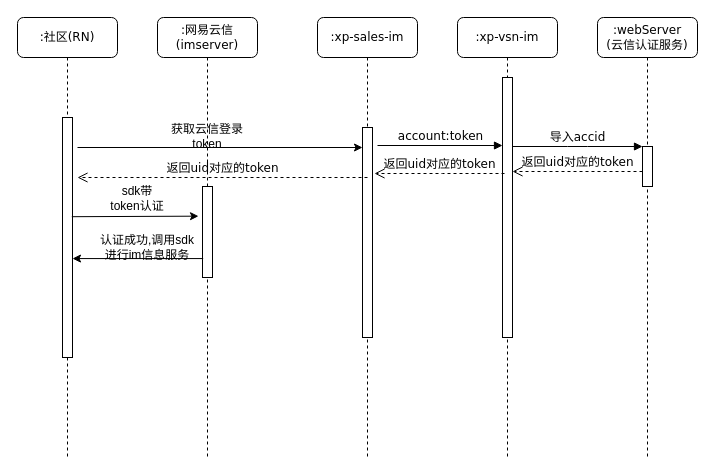
Above: arch/sns/loginYunXin.drawio in zhangchuhu/drawio (draw.io), before the change. Source tidied: cells renumbered, new cells numbered last; positions are measured from the earlier drawing's top-left corner, leaving out a move shared by most shapes. Both pictures are drawn from the tidied source at 100%, with x=0, y=0 at pixel (17, 17).
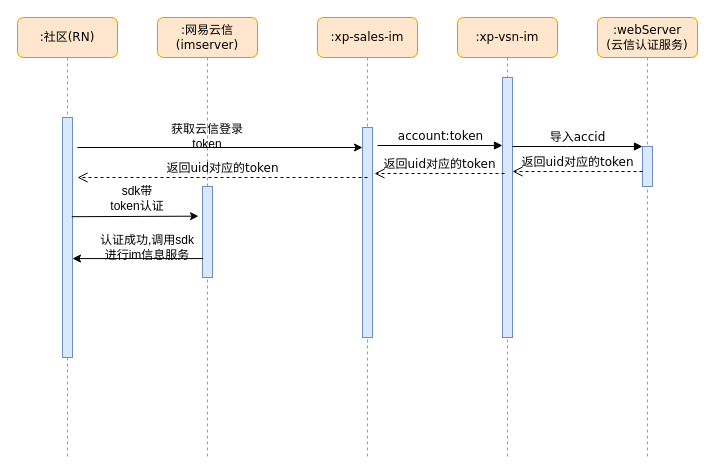
The same page after the edit.

What changed in the source:
```diff
@@
-    <mxCell id="2" value=":网易云信&lt;br&gt;(imserver)" style="shape=umlLifeline;perimeter=lifelinePerimeter;whiteSpace=wrap;html=1;rounded=1;shadow=0;comic=0;labelBackgroundColor=none;strokeWidth=1;fontFamily=Verdana;fontSize=12;align=center;" parent="1" vertex="1">
+    <mxCell id="2" value=":网易云信&lt;br&gt;(imserver)" style="shape=umlLifeline;perimeter=lifelinePerimeter;whiteSpace=wrap;html=1;rounded=1;shadow=0;comic=0;labelBackgroundColor=none;strokeWidth=1;fontFamily=Verdana;fontSize=12;align=center;fillColor=#ffe6cc;strokeColor=#d79b00;" parent="1" vertex="1">
       <mxGeometry x="140" width="100" height="440" as="geometry" />
     </mxCell>
-    <mxCell id="3" style="html=1;points=[];perimeter=orthogonalPerimeter;rounded=0;shadow=0;comic=0;labelBackgroundColor=none;strokeWidth=1;fontFamily=Verdana;fontSize=12;align=center;" parent="2" vertex="1">
+    <mxCell id="3" style="html=1;points=[];perimeter=orthogonalPerimeter;rounded=0;shadow=0;comic=0;labelBackgroundColor=none;strokeWidth=1;fontFamily=Verdana;fontSize=12;align=center;fillColor=#dae8fc;strokeColor=#6c8ebf;" parent="2" vertex="1">
       <mxGeometry x="45" y="169" width="10" height="91" as="geometry" />
     </mxCell>
-    <mxCell id="4" value=":xp-sales-im" style="shape=umlLifeline;perimeter=lifelinePerimeter;whiteSpace=wrap;html=1;rounded=1;shadow=0;comic=0;labelBackgroundColor=none;strokeWidth=1;fontFamily=Verdana;fontSize=12;align=center;" parent="1" vertex="1">
+    <mxCell id="4" value=":xp-sales-im" style="shape=umlLifeline;perimeter=lifelinePerimeter;whiteSpace=wrap;html=1;rounded=1;shadow=0;comic=0;labelBackgroundColor=none;strokeWidth=1;fontFamily=Verdana;fontSize=12;align=center;fillColor=#ffe6cc;strokeColor=#d79b00;" parent="1" vertex="1">
       <mxGeometry x="300" width="100" height="440" as="geometry" />
     </mxCell>
-    <mxCell id="5" style="html=1;points=[];perimeter=orthogonalPerimeter;rounded=0;shadow=0;comic=0;labelBackgroundColor=none;strokeWidth=1;fontFamily=Verdana;fontSize=12;align=center;" parent="4" vertex="1">
+    <mxCell id="5" style="html=1;points=[];perimeter=orthogonalPerimeter;rounded=0;shadow=0;comic=0;labelBackgroundColor=none;strokeWidth=1;fontFamily=Verdana;fontSize=12;align=center;fillColor=#dae8fc;strokeColor=#6c8ebf;" parent="4" vertex="1">
       <mxGeometry x="45" y="110" width="10" height="210" as="geometry" />
     </mxCell>
-    <mxCell id="6" value=":xp-vsn-im" style="shape=umlLifeline;perimeter=lifelinePerimeter;whiteSpace=wrap;html=1;rounded=1;shadow=0;comic=0;labelBackgroundColor=none;strokeWidth=1;fontFamily=Verdana;fontSize=12;align=center;" parent="1" vertex="1">
+    <mxCell id="6" value=":xp-vsn-im" style="shape=umlLifeline;perimeter=lifelinePerimeter;whiteSpace=wrap;html=1;rounded=1;shadow=0;comic=0;labelBackgroundColor=none;strokeWidth=1;fontFamily=Verdana;fontSize=12;align=center;fillColor=#ffe6cc;strokeColor=#d79b00;" parent="1" vertex="1">
       <mxGeometry x="440" width="100" height="440" as="geometry" />
     </mxCell>
-    <mxCell id="7" value=":webServer&lt;br&gt;(云信认证服务)" style="shape=umlLifeline;perimeter=lifelinePerimeter;whiteSpace=wrap;html=1;rounded=1;shadow=0;comic=0;labelBackgroundColor=none;strokeWidth=1;fontFamily=Verdana;fontSize=12;align=center;" parent="1" vertex="1">
+    <mxCell id="7" value=":webServer&lt;br&gt;(云信认证服务)" style="shape=umlLifeline;perimeter=lifelinePerimeter;whiteSpace=wrap;html=1;rounded=1;shadow=0;comic=0;labelBackgroundColor=none;strokeWidth=1;fontFamily=Verdana;fontSize=12;align=center;fillColor=#ffe6cc;strokeColor=#d79b00;" parent="1" vertex="1">
       <mxGeometry x="580" width="100" height="440" as="geometry" />
     </mxCell>
-    <mxCell id="8" value=":社区(RN)" style="shape=umlLifeline;perimeter=lifelinePerimeter;whiteSpace=wrap;html=1;rounded=1;shadow=0;comic=0;labelBackgroundColor=none;strokeWidth=1;fontFamily=Verdana;fontSize=12;align=center;" parent="1" vertex="1">
+    <mxCell id="8" value=":社区(RN)" style="shape=umlLifeline;perimeter=lifelinePerimeter;whiteSpace=wrap;html=1;rounded=1;shadow=0;comic=0;labelBackgroundColor=none;strokeWidth=1;fontFamily=Verdana;fontSize=12;align=center;fillColor=#ffe6cc;strokeColor=#d79b00;" parent="1" vertex="1">
       <mxGeometry width="100" height="440" as="geometry" />
     </mxCell>
-    <mxCell id="9" style="html=1;points=[];perimeter=orthogonalPerimeter;rounded=0;shadow=0;comic=0;labelBackgroundColor=none;strokeWidth=1;fontFamily=Verdana;fontSize=12;align=center;" parent="8" vertex="1">
+    <mxCell id="9" style="html=1;points=[];perimeter=orthogonalPerimeter;rounded=0;shadow=0;comic=0;labelBackgroundColor=none;strokeWidth=1;fontFamily=Verdana;fontSize=12;align=center;fillColor=#dae8fc;strokeColor=#6c8ebf;" parent="8" vertex="1">
       <mxGeometry x="45" y="100" width="10" height="240" as="geometry" />
     </mxCell>
-    <mxCell id="10" style="html=1;points=[];perimeter=orthogonalPerimeter;rounded=0;shadow=0;comic=0;labelBackgroundColor=none;strokeWidth=1;fontFamily=Verdana;fontSize=12;align=center;" parent="1" vertex="1">
+    <mxCell id="10" style="html=1;points=[];perimeter=orthogonalPerimeter;rounded=0;shadow=0;comic=0;labelBackgroundColor=none;strokeWidth=1;fontFamily=Verdana;fontSize=12;align=center;fillColor=#dae8fc;strokeColor=#6c8ebf;" parent="1" vertex="1">
       <mxGeometry x="485" y="60" width="10" height="260" as="geometry" />
     </mxCell>
-    <mxCell id="11" style="html=1;points=[];perimeter=orthogonalPerimeter;rounded=0;shadow=0;comic=0;labelBackgroundColor=none;strokeWidth=1;fontFamily=Verdana;fontSize=12;align=center;" parent="1" vertex="1">
+    <mxCell id="11" style="html=1;points=[];perimeter=orthogonalPerimeter;rounded=0;shadow=0;comic=0;labelBackgroundColor=none;strokeWidth=1;fontFamily=Verdana;fontSize=12;align=center;fillColor=#dae8fc;strokeColor=#6c8ebf;" parent="1" vertex="1">
       <mxGeometry x="625" y="129" width="10" height="40" as="geometry" />
     </mxCell>
```
